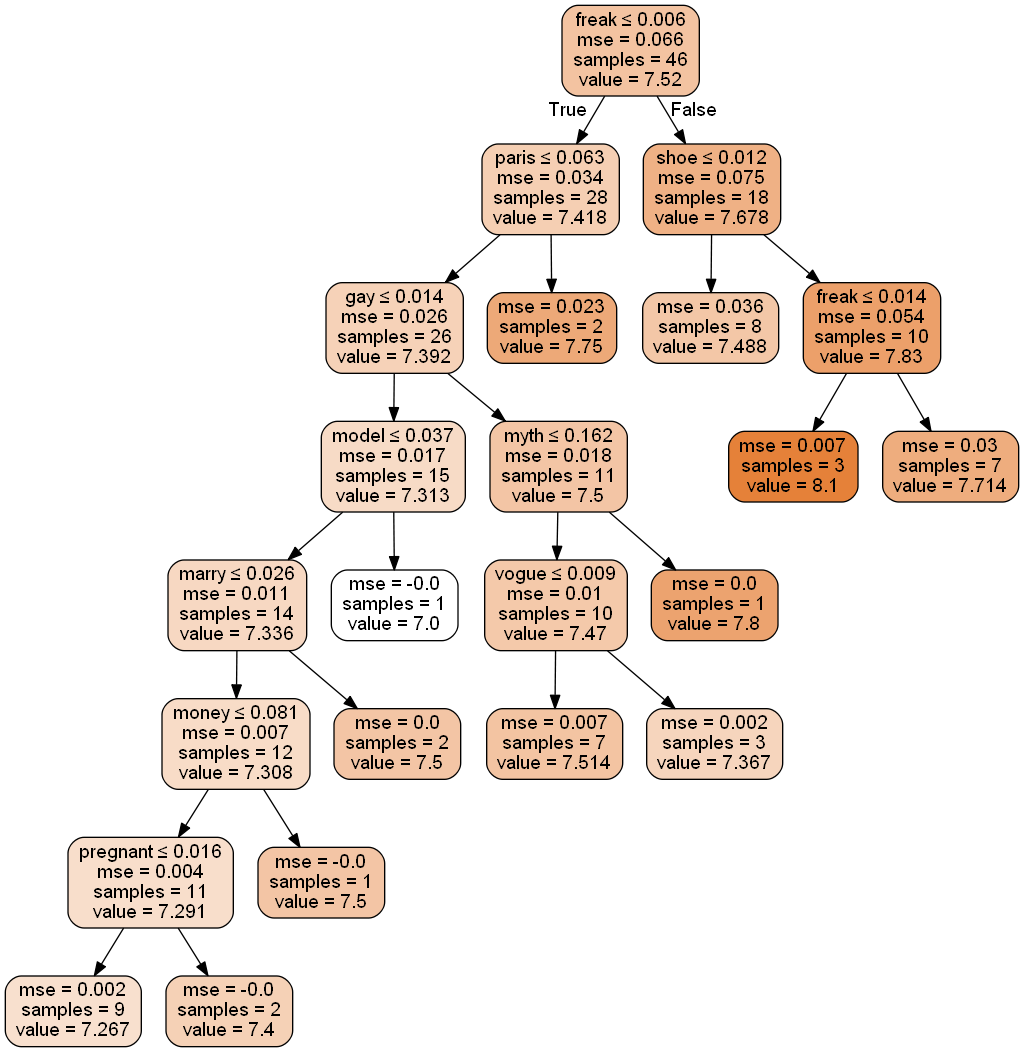
This is Source.gv.png from ranilovi/SATC_rating_prediction, a Graphviz export, as it was before one commit. Its source is kept beside it as Source.gv.
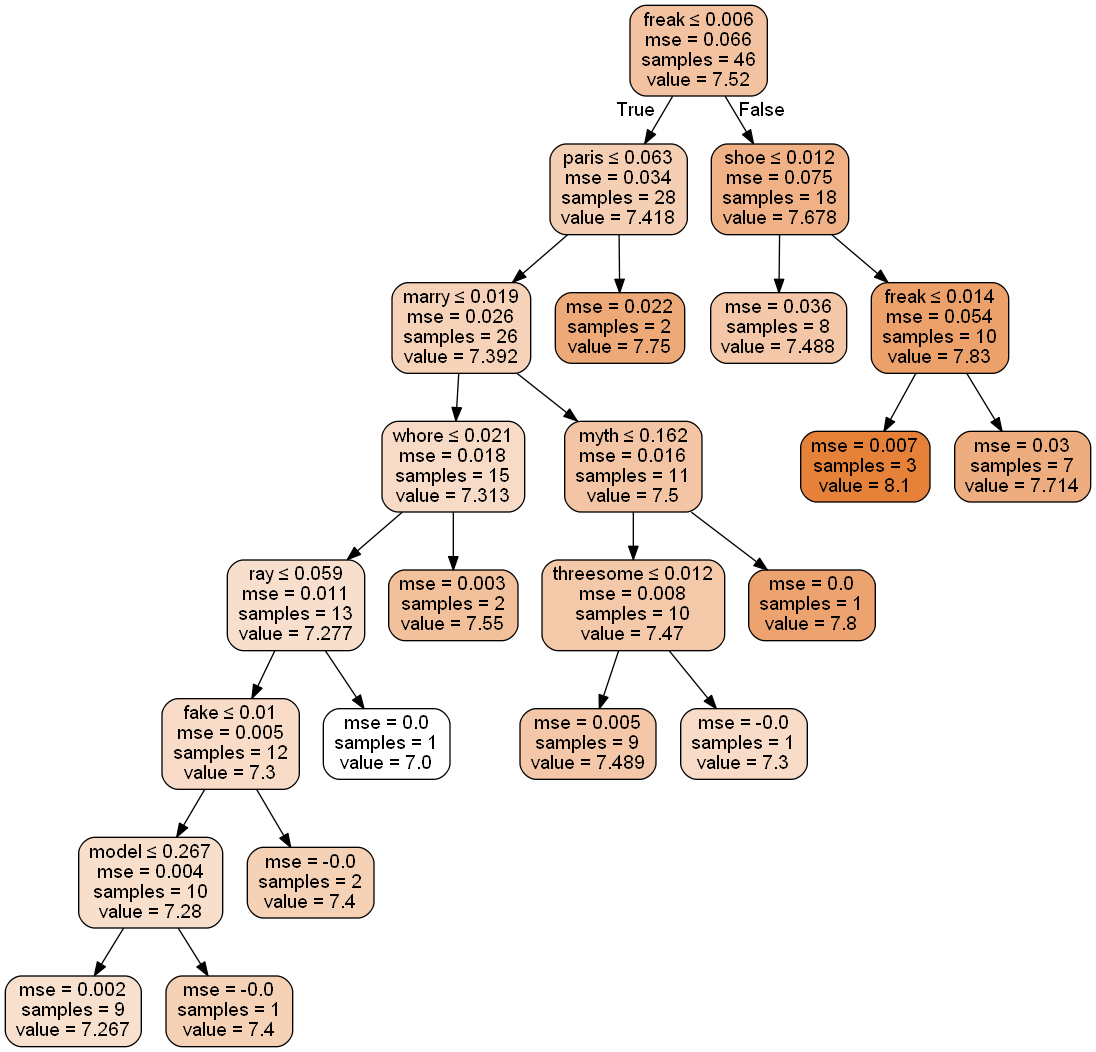
After the commit.

The edit, as a diff of the source:
```diff
@@ -4,37 +4,37 @@
 0 [label=<freak &le; 0.006<br/>mse = 0.066<br/>samples = 46<br/>value = 7.52>, fillcolor="#e5813978"] ;
 1 [label=<paris &le; 0.063<br/>mse = 0.034<br/>samples = 28<br/>value = 7.418>, fillcolor="#e5813961"] ;
 0 -> 1 [labeldistance=2.5, labelangle=45, headlabel="True"] ;
-2 [label=<gay &le; 0.014<br/>mse = 0.026<br/>samples = 26<br/>value = 7.392>, fillcolor="#e581395b"] ;
+2 [label=<marry &le; 0.019<br/>mse = 0.026<br/>samples = 26<br/>value = 7.392>, fillcolor="#e581395b"] ;
 1 -> 2 ;
-3 [label=<model &le; 0.037<br/>mse = 0.017<br/>samples = 15<br/>value = 7.313>, fillcolor="#e5813949"] ;
+3 [label=<whore &le; 0.021<br/>mse = 0.018<br/>samples = 15<br/>value = 7.313>, fillcolor="#e5813949"] ;
 2 -> 3 ;
-4 [label=<marry &le; 0.026<br/>mse = 0.011<br/>samples = 14<br/>value = 7.336>, fillcolor="#e581394e"] ;
+4 [label=<ray &le; 0.059<br/>mse = 0.011<br/>samples = 13<br/>value = 7.277>, fillcolor="#e5813940"] ;
 3 -> 4 ;
-5 [label=<money &le; 0.081<br/>mse = 0.007<br/>samples = 12<br/>value = 7.308>, fillcolor="#e5813947"] ;
+5 [label=<fake &le; 0.01<br/>mse = 0.005<br/>samples = 12<br/>value = 7.3>, fillcolor="#e5813946"] ;
 4 -> 5 ;
-6 [label=<pregnant &le; 0.016<br/>mse = 0.004<br/>samples = 11<br/>value = 7.291>, fillcolor="#e5813943"] ;
+6 [label=<model &le; 0.267<br/>mse = 0.004<br/>samples = 10<br/>value = 7.28>, fillcolor="#e5813941"] ;
 5 -> 6 ;
 7 [label=<mse = 0.002<br/>samples = 9<br/>value = 7.267>, fillcolor="#e581393e"] ;
 6 -> 7 ;
-8 [label=<mse = -0.0<br/>samples = 2<br/>value = 7.4>, fillcolor="#e581395d"] ;
+8 [label=<mse = -0.0<br/>samples = 1<br/>value = 7.4>, fillcolor="#e581395d"] ;
 6 -> 8 ;
-9 [label=<mse = -0.0<br/>samples = 1<br/>value = 7.5>, fillcolor="#e5813974"] ;
+9 [label=<mse = -0.0<br/>samples = 2<br/>value = 7.4>, fillcolor="#e581395d"] ;
 5 -> 9 ;
-10 [label=<mse = 0.0<br/>samples = 2<br/>value = 7.5>, fillcolor="#e5813974"] ;
+10 [label=<mse = 0.0<br/>samples = 1<br/>value = 7.0>, fillcolor="#e5813900"] ;
 4 -> 10 ;
-11 [label=<mse = -0.0<br/>samples = 1<br/>value = 7.0>, fillcolor="#e5813900"] ;
+11 [label=<mse = 0.003<br/>samples = 2<br/>value = 7.55>, fillcolor="#e5813980"] ;
 3 -> 11 ;
-12 [label=<myth &le; 0.162<br/>mse = 0.018<br/>samples = 11<br/>value = 7.5>, fillcolor="#e5813974"] ;
+12 [label=<myth &le; 0.162<br/>mse = 0.016<br/>samples = 11<br/>value = 7.5>, fillcolor="#e5813974"] ;
 2 -> 12 ;
-13 [label=<vogue &le; 0.009<br/>mse = 0.01<br/>samples = 10<br/>value = 7.47>, fillcolor="#e581396d"] ;
+13 [label=<threesome &le; 0.012<br/>mse = 0.008<br/>samples = 10<br/>value = 7.47>, fillcolor="#e581396d"] ;
 12 -> 13 ;
-14 [label=<mse = 0.007<br/>samples = 7<br/>value = 7.514>, fillcolor="#e5813977"] ;
+14 [label=<mse = 0.005<br/>samples = 9<br/>value = 7.489>, fillcolor="#e5813971"] ;
 13 -> 14 ;
-15 [label=<mse = 0.002<br/>samples = 3<br/>value = 7.367>, fillcolor="#e5813955"] ;
+15 [label=<mse = -0.0<br/>samples = 1<br/>value = 7.3>, fillcolor="#e5813946"] ;
 13 -> 15 ;
 16 [label=<mse = 0.0<br/>samples = 1<br/>value = 7.8>, fillcolor="#e58139b9"] ;
 12 -> 16 ;
-17 [label=<mse = 0.023<br/>samples = 2<br/>value = 7.75>, fillcolor="#e58139ae"] ;
+17 [label=<mse = 0.022<br/>samples = 2<br/>value = 7.75>, fillcolor="#e58139ae"] ;
 1 -> 17 ;
 18 [label=<shoe &le; 0.012<br/>mse = 0.075<br/>samples = 18<br/>value = 7.678>, fillcolor="#e581399d"] ;
 0 -> 18 [labeldistance=2.5, labelangle=-45, headlabel="False"] ;
```
